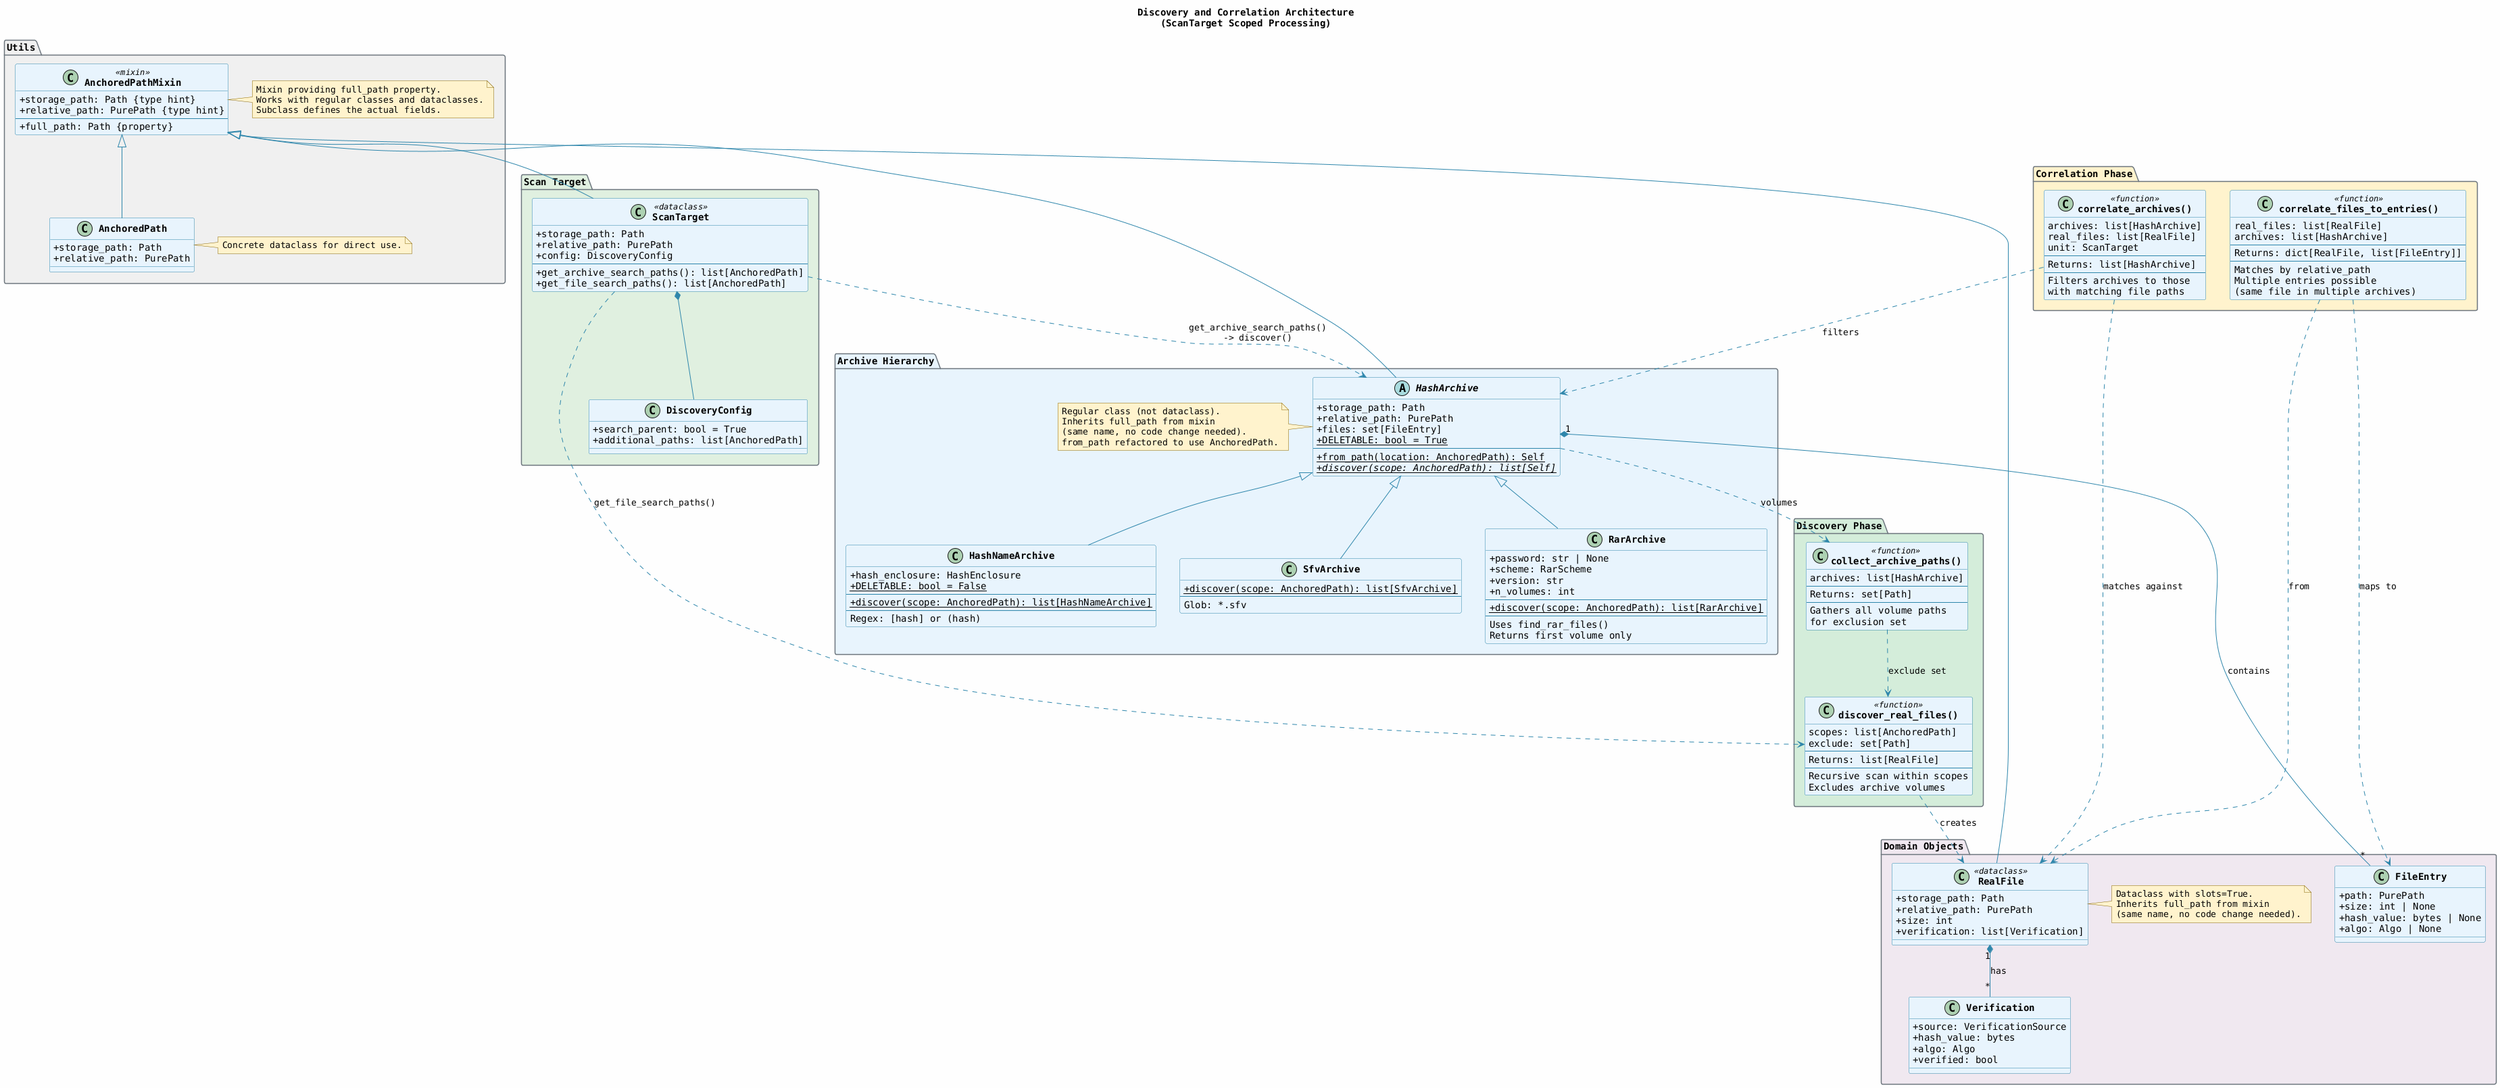
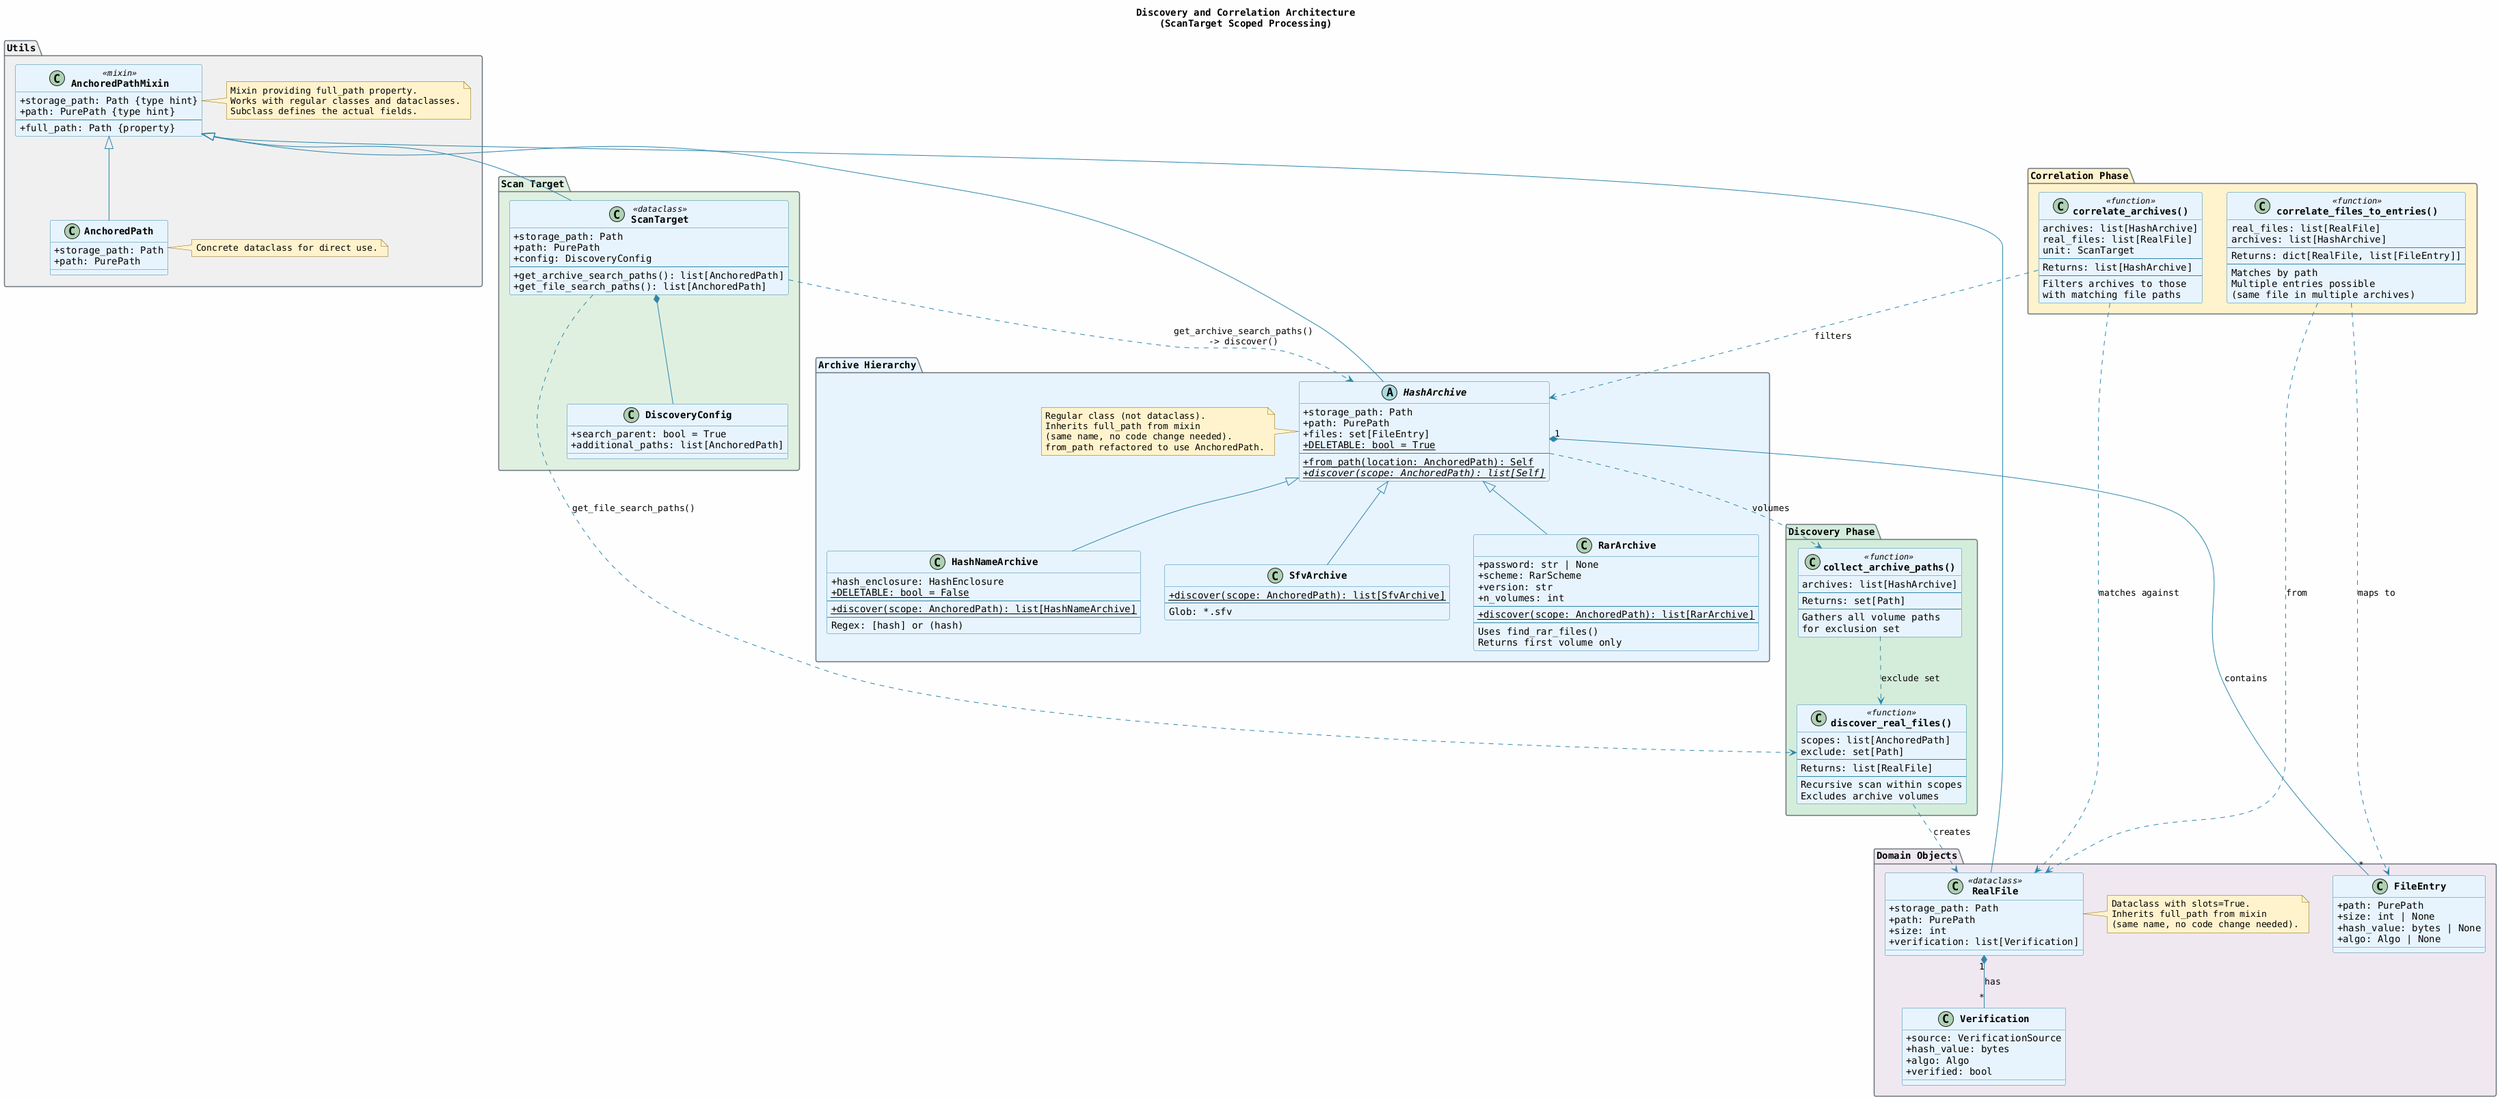
@startuml Discovery and Correlation Architecture

skinparam backgroundColor #FEFEFE
skinparam shadowing false
skinparam defaultFontName Monospaced
skinparam classAttributeIconSize 0
skinparam classFontStyle bold

skinparam class {
    BackgroundColor #E8F4FD
    BorderColor #2E86AB
    ArrowColor #2E86AB
}

skinparam package {
    BackgroundColor #F8F9FA
    BorderColor #6C757D
}

skinparam note {
    BackgroundColor #FFF3CD
    BorderColor #856404
}

title Discovery and Correlation Architecture\n(ScanTarget Scoped Processing)

package "Utils" #F0F0F0 {
    class AnchoredPathMixin <<mixin>> {
        +storage_path: Path {type hint}
-         +relative_path: PurePath {type hint}
+         +path: PurePath {type hint}
        --
        +full_path: Path {property}
    }

    class AnchoredPath {
        +storage_path: Path
-         +relative_path: PurePath
+         +path: PurePath
    }

    note right of AnchoredPathMixin
        Mixin providing full_path property.
        Works with regular classes and dataclasses.
        Subclass defines the actual fields.
    end note

    note right of AnchoredPath
        Concrete dataclass for direct use.
    end note

    AnchoredPathMixin <|-- AnchoredPath
}

package "Scan Target" #E0F0E0 {
    class DiscoveryConfig {
        +search_parent: bool = True
        +additional_paths: list[AnchoredPath]
    }

    class ScanTarget <<dataclass>> {
        +storage_path: Path
-         +relative_path: PurePath
+         +path: PurePath
        +config: DiscoveryConfig
        --
        +get_archive_search_paths(): list[AnchoredPath]
        +get_file_search_paths(): list[AnchoredPath]
    }

    ScanTarget *-- DiscoveryConfig
}

AnchoredPathMixin <|-- ScanTarget

package "Archive Hierarchy" #E8F4FD {
    abstract class HashArchive {
        +storage_path: Path
-         +relative_path: PurePath
+         +path: PurePath
        +files: set[FileEntry]
        {static} +DELETABLE: bool = True
        --
        {static} +from_path(location: AnchoredPath): Self
        {abstract} {static} +discover(scope: AnchoredPath): list[Self]
    }
    note left of HashArchive
        Regular class (not dataclass).
        Inherits full_path from mixin
        (same name, no code change needed).
        from_path refactored to use AnchoredPath.
    end note

    class SfvArchive {
        {static} +discover(scope: AnchoredPath): list[SfvArchive]
        --
        Glob: *.sfv
    }

    class RarArchive {
        +password: str | None
        +scheme: RarScheme
        +version: str
        +n_volumes: int
        --
        {static} +discover(scope: AnchoredPath): list[RarArchive]
        --
        Uses find_rar_files()
        Returns first volume only
    }

    class HashNameArchive {
        +hash_enclosure: HashEnclosure
        {static} +DELETABLE: bool = False
        --
        {static} +discover(scope: AnchoredPath): list[HashNameArchive]
        --
        Regex: [hash] or (hash)
    }

    HashArchive <|-- SfvArchive
    HashArchive <|-- RarArchive
    HashArchive <|-- HashNameArchive
}

package "Discovery Phase" #D4EDDA {
    class "discover_real_files()" as DiscoverFiles <<function>> {
        scopes: list[AnchoredPath]
        exclude: set[Path]
        --
        Returns: list[RealFile]
        --
        Recursive scan within scopes
        Excludes archive volumes
    }

    class "collect_archive_paths()" as CollectPaths <<function>> {
        archives: list[HashArchive]
        --
        Returns: set[Path]
        --
        Gathers all volume paths
        for exclusion set
    }
}

package "Correlation Phase" #FFF3CD {
    class "correlate_archives()" as CorrelateArchives <<function>> {
        archives: list[HashArchive]
        real_files: list[RealFile]
        unit: ScanTarget
        --
        Returns: list[HashArchive]
        --
        Filters archives to those
        with matching file paths
    }

    class "correlate_files_to_entries()" as CorrelateFiles <<function>> {
        real_files: list[RealFile]
        archives: list[HashArchive]
        --
        Returns: dict[RealFile, list[FileEntry]]
        --
-         Matches by relative_path
+         Matches by path
        Multiple entries possible
        (same file in multiple archives)
    }
}

package "Domain Objects" #F0E8F0 {
    class FileEntry {
        +path: PurePath
        +size: int | None
        +hash_value: bytes | None
        +algo: Algo | None
    }

    class RealFile <<dataclass>> {
        +storage_path: Path
-         +relative_path: PurePath
+         +path: PurePath
        +size: int
        +verification: list[Verification]
    }
    note right of RealFile
        Dataclass with slots=True.
        Inherits full_path from mixin
        (same name, no code change needed).
    end note

    class Verification {
        +source: VerificationSource
        +hash_value: bytes
        +algo: Algo
        +verified: bool
    }

    HashArchive "1" *-- "*" FileEntry : contains
    RealFile "1" *-- "*" Verification : has
}

AnchoredPathMixin <|-- HashArchive
AnchoredPathMixin <|-- RealFile

' Relationships
ScanTarget ..> HashArchive : "get_archive_search_paths()\n-> discover()"
ScanTarget ..> DiscoverFiles : "get_file_search_paths()"
HashArchive ..> CollectPaths : volumes
CollectPaths ..> DiscoverFiles : exclude set
DiscoverFiles ..> RealFile : creates
CorrelateArchives ..> HashArchive : filters
CorrelateArchives ..> RealFile : matches against
CorrelateFiles ..> FileEntry : maps to
CorrelateFiles ..> RealFile : from

@enduml
